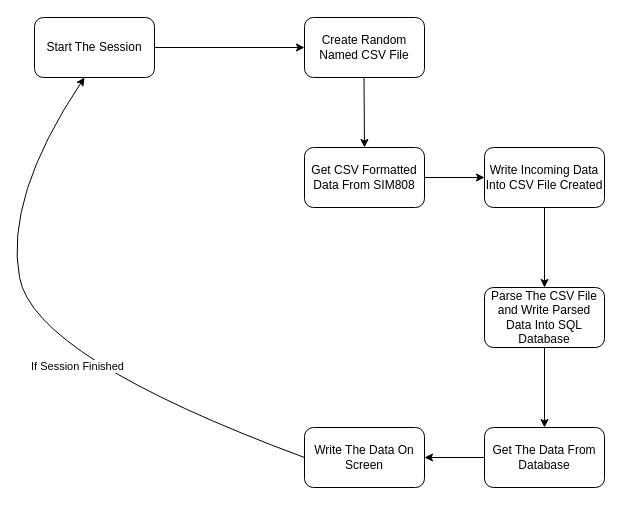
Above: Algo.drawio in temidaradev/Nefer_UI (draw.io), before the change. Source tidied: cells renumbered, new cells numbered last; positions are measured from the earlier drawing's top-left corner, leaving out a move shared by most shapes. Both pictures are drawn from the tidied source at 100%, with x=0, y=0 at pixel (4, 17).
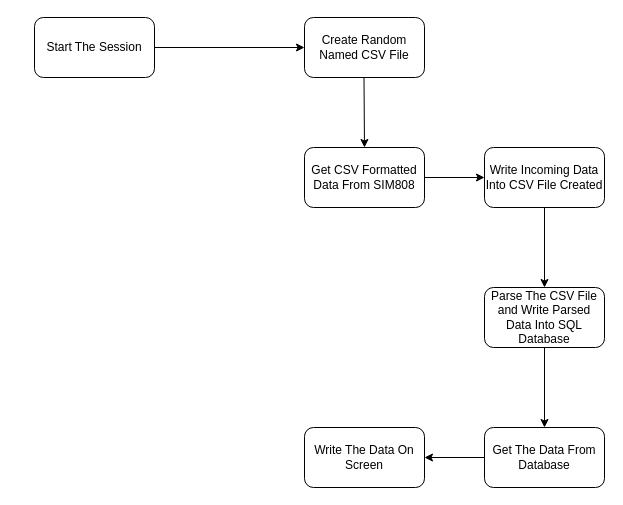
The same diagram, later.

What changed in the source:
```diff
@@
-    <mxCell id="15" style="curved=1;endArrow=classic;html=1;rounded=0;entryX=0.5;entryY=1;entryDx=0;entryDy=0;" parent="1" edge="1">
-      <mxGeometry relative="1" as="geometry">
-        <mxPoint x="300" y="440" as="sourcePoint" />
-        <mxPoint x="80" y="60" as="targetPoint" />
-        <Array as="points">
-          <mxPoint x="30" y="340" />
-          <mxPoint y="180" />
-        </Array>
-      </mxGeometry>
-    </mxCell>
-    <mxCell id="16" value="If Session Finished" style="edgeLabel;html=1;align=center;verticalAlign=middle;" parent="15" vertex="1">
-      <mxGeometry x="-0.18" y="-7" relative="1" as="geometry">
-        <mxPoint x="-1" as="offset" />
-      </mxGeometry>
-    </mxCell>
```
